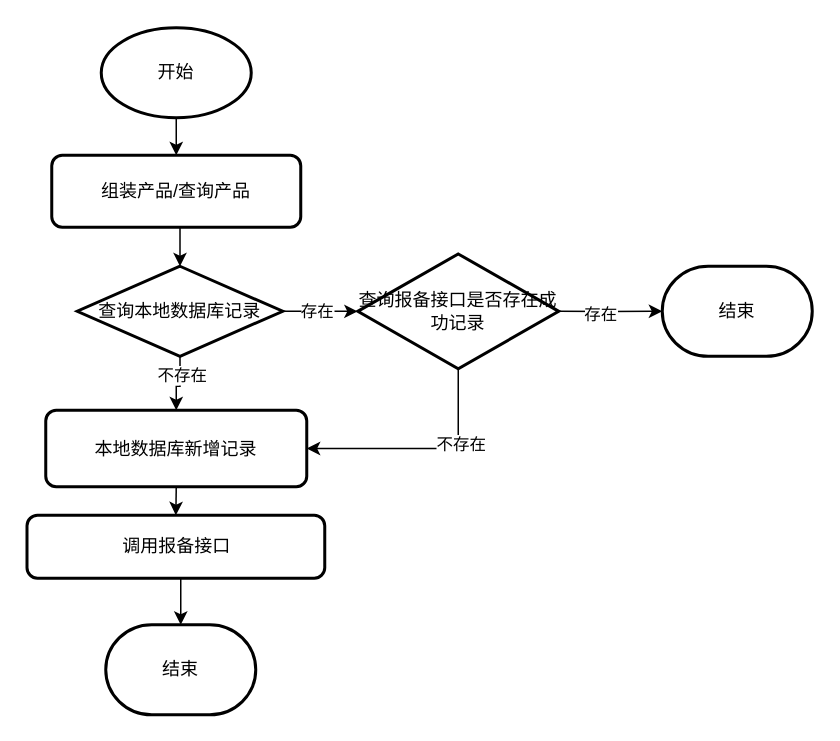
The draw.io diagram page "主流程" (1 of 3) of 报备.drawio in fengyong7723131/work, before the edit. Source tidied: cells renumbered, new cells numbered last; positions are measured from the earlier drawing's top-left corner, leaving out a move shared by most shapes. Both pictures are drawn from the tidied source at 150%, with x=0, y=0 at pixel (26, 27).
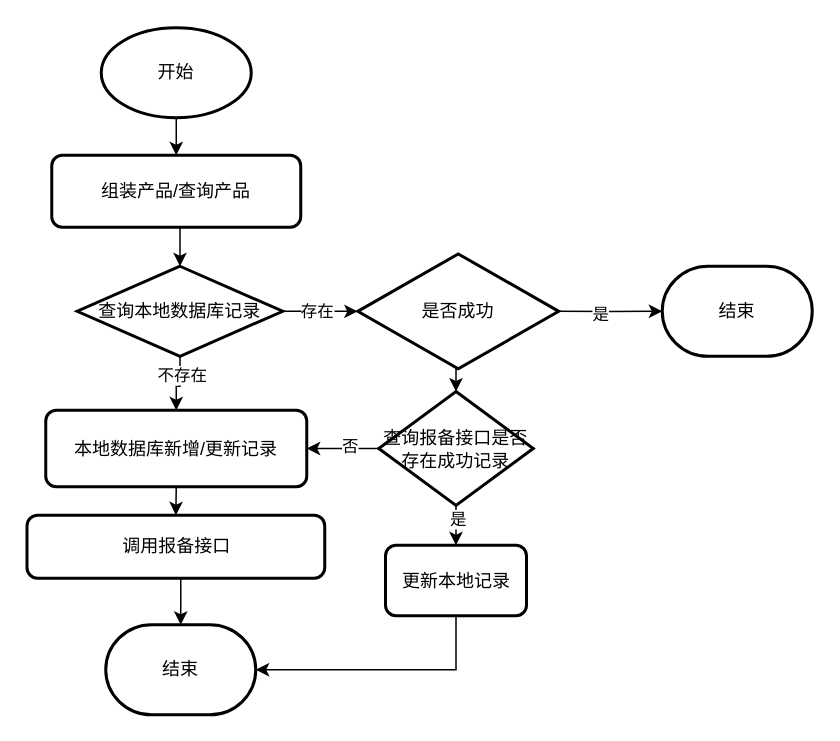
The same page after the edit.

Unchanged cells that the change refers to:
```xml
<mxCell id="15" style="edgeStyle=orthogonalEdgeStyle;rounded=0;jettySize=auto;html=1;exitX=1;exitY=0.5;exitDx=0;exitDy=0;exitPerimeter=0;" parent="1" edge="1" source="19" target="20">
  <mxGeometry relative="1" as="geometry" />
</mxCell>
<mxCell id="21" value="结束" style="strokeWidth=2;html=1;shape=mxgraph.flowchart.terminator;whiteSpace=wrap;" parent="1" vertex="1">
  <mxGeometry x="53" y="398" width="100" height="60" as="geometry" />
</mxCell>
```

What changed in the source:
```diff
@@
-    <mxCell id="7" value="本地数据库新增记录" style="rounded=1;whiteSpace=wrap;html=1;absoluteArcSize=1;arcSize=14;strokeWidth=2;" parent="1" vertex="1">
+    <mxCell id="7" value="本地数据库新增/更新记录" style="rounded=1;whiteSpace=wrap;html=1;absoluteArcSize=1;arcSize=14;strokeWidth=2;" parent="1" vertex="1">
       <mxGeometry x="13" y="255" width="174" height="51" as="geometry" />
     </mxCell>
@@
-    <mxCell id="16" value="存在" style="edgeLabel;html=1;align=center;verticalAlign=middle;" parent="15" vertex="1">
+    <mxCell id="16" value="是" style="edgeLabel;html=1;align=center;verticalAlign=middle;" parent="15" vertex="1">
       <mxGeometry x="-0.19" y="-1" relative="1" as="geometry" />
     </mxCell>
-    <mxCell id="17" style="edgeStyle=orthogonalEdgeStyle;rounded=0;jettySize=auto;html=1;exitX=0.5;exitY=1;exitDx=0;exitDy=0;exitPerimeter=0;entryX=1;entryY=0.5;entryDx=0;entryDy=0;" parent="1" edge="1" source="19" target="7">
-      <mxGeometry relative="1" as="geometry" />
-    </mxCell>
-    <mxCell id="18" value="不存在" style="edgeLabel;html=1;align=center;verticalAlign=middle;" parent="17" vertex="1">
-      <mxGeometry x="-0.35" y="1" relative="1" as="geometry" />
-    </mxCell>
+    <mxCell id="22" style="edgeStyle=orthogonalEdgeStyle;rounded=0;jettySize=auto;html=1;exitX=0.5;exitY=1;exitDx=0;exitDy=0;exitPerimeter=0;entryX=0.5;entryY=0;entryDx=0;entryDy=0;entryPerimeter=0;" parent="1" edge="1" source="19" target="27">
+      <mxGeometry relative="1" as="geometry" />
+    </mxCell>
-    <mxCell id="19" value="&lt;span&gt;查询报备接口是否存在成功记录&lt;/span&gt;" style="strokeWidth=2;html=1;shape=mxgraph.flowchart.decision;whiteSpace=wrap;" parent="1" vertex="1">
+    <mxCell id="19" value="是否成功" style="strokeWidth=2;html=1;shape=mxgraph.flowchart.decision;whiteSpace=wrap;" parent="1" vertex="1">
       <mxGeometry x="221" y="150.8" width="134" height="76.5" as="geometry" />
     </mxCell>
@@
+    <mxCell id="23" style="edgeStyle=orthogonalEdgeStyle;rounded=0;jettySize=auto;html=1;exitX=0;exitY=0.5;exitDx=0;exitDy=0;exitPerimeter=0;" parent="1" edge="1" source="27" target="7">
+      <mxGeometry relative="1" as="geometry" />
+    </mxCell>
+    <mxCell id="24" value="否" style="edgeLabel;html=1;align=center;verticalAlign=middle;" parent="23" vertex="1">
+      <mxGeometry x="-0.13" y="-2" relative="1" as="geometry">
+        <mxPoint x="1" as="offset" />
+      </mxGeometry>
+    </mxCell>
+    <mxCell id="25" style="edgeStyle=orthogonalEdgeStyle;rounded=0;jettySize=auto;html=1;exitX=0.5;exitY=1;exitDx=0;exitDy=0;exitPerimeter=0;" parent="1" edge="1" source="27" target="29">
+      <mxGeometry relative="1" as="geometry" />
+    </mxCell>
+    <mxCell id="26" value="是" style="edgeLabel;html=1;align=center;verticalAlign=middle;" parent="25" vertex="1">
+      <mxGeometry x="0.36" y="1" relative="1" as="geometry" />
+    </mxCell>
+    <mxCell id="27" value="&lt;span&gt;查询报备接口是否存在成功记录&lt;/span&gt;" style="strokeWidth=2;html=1;shape=mxgraph.flowchart.decision;whiteSpace=wrap;" parent="1" vertex="1">
+      <mxGeometry x="235" y="242.5" width="103" height="76" as="geometry" />
+    </mxCell>
+    <mxCell id="28" style="edgeStyle=orthogonalEdgeStyle;rounded=0;jettySize=auto;html=1;exitX=0.5;exitY=1;exitDx=0;exitDy=0;entryX=1;entryY=0.5;entryDx=0;entryDy=0;entryPerimeter=0;" parent="1" edge="1" source="29" target="21">
+      <mxGeometry relative="1" as="geometry" />
+    </mxCell>
+    <mxCell id="29" value="更新本地记录" style="rounded=1;whiteSpace=wrap;html=1;absoluteArcSize=1;arcSize=14;strokeWidth=2;" parent="1" vertex="1">
+      <mxGeometry x="239.5" y="345" width="94" height="47" as="geometry" />
+    </mxCell>
```
